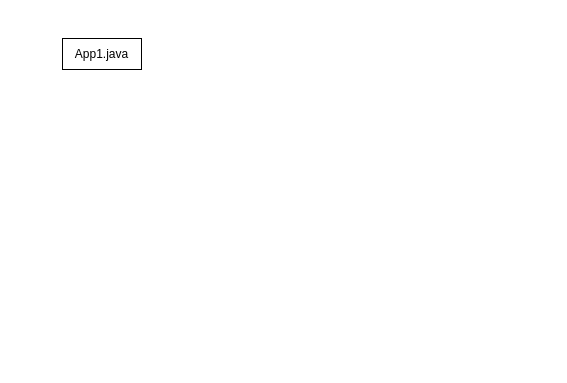
This is Java-DevDojo.drawio from dayene-santos/java-devdojo, a draw.io file, before an edit. Source tidied: cells renumbered, new cells numbered last; positions are measured from the earlier drawing's top-left corner, leaving out a move shared by most shapes. Both pictures are drawn from the tidied source at 100%, with x=0, y=0 at pixel (62, 38).
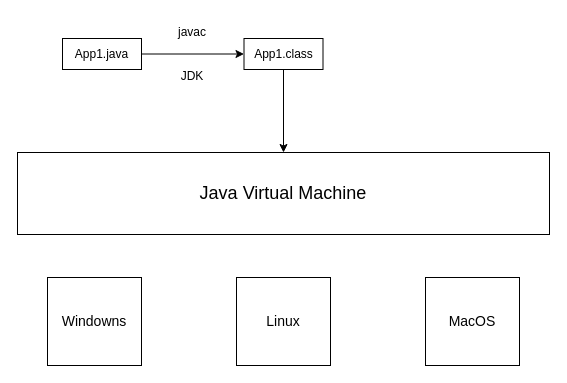
The same diagram, later.

What changed in the source:
```diff
@@
 <mxGraphModel>
   <root>
     <mxCell id="0" />
     <mxCell id="1" parent="0" />
+    <mxCell id="3" style="edgeStyle=orthogonalEdgeStyle;rounded=0;jettySize=auto;html=1;exitX=1;exitY=0.5;exitDx=0;exitDy=0;" parent="1" edge="1" source="2" target="5">
+      <mxGeometry relative="1" as="geometry" />
+    </mxCell>
     <mxCell id="2" value="App1.java" style="rounded=0;whiteSpace=wrap;html=1;" parent="1" vertex="1">
       <mxGeometry width="79" height="31" as="geometry" />
     </mxCell>
+    <mxCell id="4" style="edgeStyle=orthogonalEdgeStyle;rounded=0;jettySize=auto;html=1;exitX=0.5;exitY=1;exitDx=0;exitDy=0;" parent="1" edge="1" source="5" target="6">
+      <mxGeometry relative="1" as="geometry" />
+    </mxCell>
+    <mxCell id="5" value="App1.class" style="rounded=0;whiteSpace=wrap;html=1;" parent="1" vertex="1">
+      <mxGeometry x="181.5" width="79" height="31" as="geometry" />
+    </mxCell>
+    <mxCell id="6" value="&lt;font style=&quot;font-size: 18px;&quot;&gt;Java Virtual Machine&lt;/font&gt;" style="rounded=0;whiteSpace=wrap;html=1;" parent="1" vertex="1">
+      <mxGeometry x="-45" y="114" width="532" height="82" as="geometry" />
+    </mxCell>
+    <mxCell id="7" value="&lt;font style=&quot;font-size: 14px;&quot;&gt;Windowns&lt;/font&gt;" style="rounded=0;whiteSpace=wrap;html=1;" parent="1" vertex="1">
+      <mxGeometry x="-15" y="239" width="94" height="88" as="geometry" />
+    </mxCell>
+    <mxCell id="8" value="&lt;font style=&quot;font-size: 14px;&quot;&gt;Linux&lt;/font&gt;" style="rounded=0;whiteSpace=wrap;html=1;" parent="1" vertex="1">
+      <mxGeometry x="174" y="239" width="94" height="88" as="geometry" />
+    </mxCell>
+    <mxCell id="9" value="&lt;font style=&quot;font-size: 14px;&quot;&gt;MacOS&lt;/font&gt;" style="rounded=0;whiteSpace=wrap;html=1;" parent="1" vertex="1">
+      <mxGeometry x="363" y="239" width="94" height="88" as="geometry" />
+    </mxCell>
+    <mxCell id="10" value="javac" style="text;html=1;align=center;verticalAlign=middle;whiteSpace=wrap;rounded=0;" parent="1" vertex="1">
+      <mxGeometry x="100" y="-21" width="60" height="30" as="geometry" />
+    </mxCell>
+    <mxCell id="11" value="JDK" style="text;html=1;align=center;verticalAlign=middle;whiteSpace=wrap;rounded=0;" parent="1" vertex="1">
+      <mxGeometry x="100" y="23" width="60" height="30" as="geometry" />
+    </mxCell>
   </root>
 </mxGraphModel>
```
